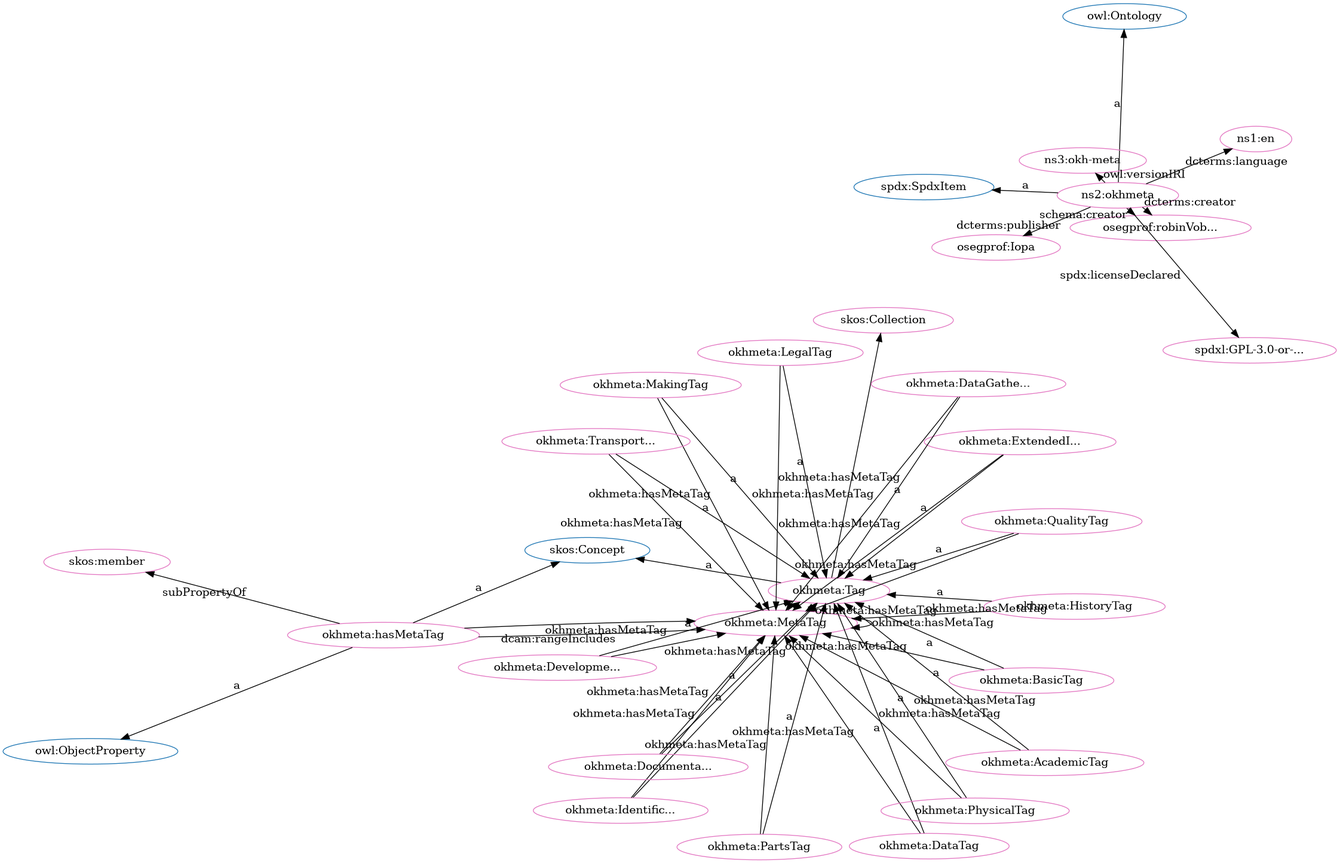
The Graphviz diagram src/spec/fdp_okh-meta.png in iop-alliance/OpenKnowHow, before a commit. Its source is kept beside it as src/spec/fdp_okh-meta.dot.
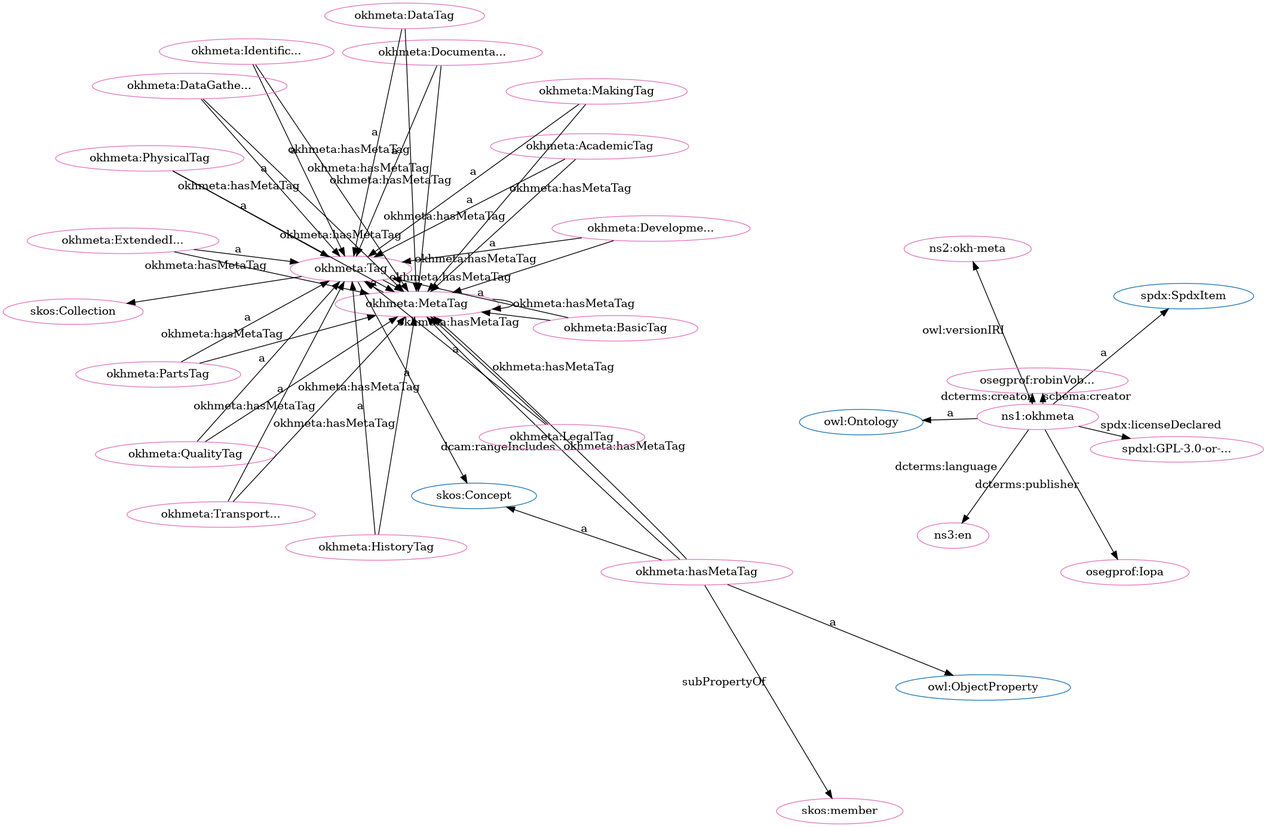
Later version of the same file.

Diff of the diagram source:
```diff
@@ -2,83 +2,83 @@
   rankdir=BT
   node[height=.3]
 "http://www.w3.org/2004/02/skos/core#Collection" [fillcolor="#1f77b4" color="#1f77b4" label="skos:Collection"]
+"http://www.w3.org/2002/07/owl#Ontology" [fillcolor="#1f77b4" color="#1f77b4" label="owl:Ontology"]
+"http://www.w3.org/2002/07/owl#ObjectProperty" [fillcolor="#1f77b4" color="#1f77b4" label="owl:ObjectProperty"]
 "http://w3id.org/oseg/ont/okhmeta#Tag" [fillcolor="#1f77b4" color="#1f77b4" label="okhmeta:Tag"]
-"http://www.w3.org/2002/07/owl#ObjectProperty" [fillcolor="#1f77b4" color="#1f77b4" label="owl:ObjectProperty"]
 "http://spdx.org/rdf/terms#SpdxItem" [fillcolor="#1f77b4" color="#1f77b4" label="spdx:SpdxItem"]
-"http://www.w3.org/2002/07/owl#Ontology" [fillcolor="#1f77b4" color="#1f77b4" label="owl:Ontology"]
 "http://www.w3.org/2004/02/skos/core#Concept" [fillcolor="#1f77b4" color="#1f77b4" label="skos:Concept"]
+"http://w3id.org/oseg/ont/okhmeta" [fillcolor="#e377c2" color="#e377c2" label="ns1:okhmeta"]
+"http://w3id.org/oseg/ont/okhmeta#QualityTag" [fillcolor="#e377c2" color="#e377c2" label="okhmeta:QualityTag"]
 "http://w3id.org/oseg/ont/okhmeta#MetaTag" [fillcolor="#e377c2" color="#e377c2" label="okhmeta:MetaTag"]
+"http://w3id.org/oseg/ont/okhmeta#hasMetaTag" [fillcolor="#e377c2" color="#e377c2" label="okhmeta:hasMetaTag"]
+"http://www.w3.org/2004/02/skos/core#member" [fillcolor="#e377c2" color="#e377c2" label="skos:member"]
+"http://w3id.org/oseg/ont/okhmeta#ExtendedInfoTag" [fillcolor="#e377c2" color="#e377c2" label="okhmeta:ExtendedI..."]
+"http://w3id.org/oseg/ont/okhmeta#TransportationTag" [fillcolor="#e377c2" color="#e377c2" label="okhmeta:Transport..."]
+"http://w3id.org/oseg/ont/okhmeta#PartsTag" [fillcolor="#e377c2" color="#e377c2" label="okhmeta:PartsTag"]
+"http://w3id.org/oseg/ont/1.1.0/okh-meta" [fillcolor="#e377c2" color="#e377c2" label="ns2:okh-meta"]
+"http://w3id.org/oseg/ont/okhmeta#HistoryTag" [fillcolor="#e377c2" color="#e377c2" label="okhmeta:HistoryTag"]
+"http://w3id.org/oseg/ont/oseg-profiles#Iopa" [fillcolor="#e377c2" color="#e377c2" label="osegprof:Iopa"]
+"http://w3id.org/oseg/ont/okhmeta#DevelopmentTag" [fillcolor="#e377c2" color="#e377c2" label="okhmeta:Developme..."]
 "http://w3id.org/oseg/ont/oseg-profiles#robinVobruba" [fillcolor="#e377c2" color="#e377c2" label="osegprof:robinVob..."]
+"http://w3id.org/oseg/ont/okhmeta#IdentificationTag" [fillcolor="#e377c2" color="#e377c2" label="okhmeta:Identific..."]
+"http://w3id.org/oseg/ont/okhmeta#Tag" [fillcolor="#e377c2" color="#e377c2" label="okhmeta:Tag"]
+"http://w3id.org/oseg/ont/okhmeta#DataGatheringTag" [fillcolor="#e377c2" color="#e377c2" label="okhmeta:DataGathe..."]
+"http://w3id.org/oseg/ont/okhmeta#DocumentationTag" [fillcolor="#e377c2" color="#e377c2" label="okhmeta:Documenta..."]
+"http://w3id.org/oseg/ont/okhmeta#BasicTag" [fillcolor="#e377c2" color="#e377c2" label="okhmeta:BasicTag"]
+"http://www.w3.org/2004/02/skos/core#Collection" [fillcolor="#e377c2" color="#e377c2" label="skos:Collection"]
 "http://w3id.org/oseg/ont/okhmeta#DataTag" [fillcolor="#e377c2" color="#e377c2" label="okhmeta:DataTag"]
-"http://www.w3.org/2004/02/skos/core#member" [fillcolor="#e377c2" color="#e377c2" label="skos:member"]
-"http://id.loc.gov/vocabulary/iso639-1/en" [fillcolor="#e377c2" color="#e377c2" label="ns1:en"]
+"http://w3id.org/oseg/ont/okhmeta#AcademicTag" [fillcolor="#e377c2" color="#e377c2" label="okhmeta:AcademicTag"]
+"http://w3id.org/oseg/ont/okhmeta#PhysicalTag" [fillcolor="#e377c2" color="#e377c2" label="okhmeta:PhysicalTag"]
 "http://w3id.org/oseg/ont/okhmeta#MakingTag" [fillcolor="#e377c2" color="#e377c2" label="okhmeta:MakingTag"]
-"http://w3id.org/oseg/ont/okhmeta#PartsTag" [fillcolor="#e377c2" color="#e377c2" label="okhmeta:PartsTag"]
-"http://w3id.org/oseg/ont/okhmeta#Tag" [fillcolor="#e377c2" color="#e377c2" label="okhmeta:Tag"]
-"http://w3id.org/oseg/ont/okhmeta#BasicTag" [fillcolor="#e377c2" color="#e377c2" label="okhmeta:BasicTag"]
-"http://w3id.org/oseg/ont/okhmeta" [fillcolor="#e377c2" color="#e377c2" label="ns2:okhmeta"]
-"http://w3id.org/oseg/ont/okhmeta#HistoryTag" [fillcolor="#e377c2" color="#e377c2" label="okhmeta:HistoryTag"]
-"http://w3id.org/oseg/ont/okhmeta#PhysicalTag" [fillcolor="#e377c2" color="#e377c2" label="okhmeta:PhysicalTag"]
-"http://w3id.org/oseg/ont/okhmeta#AcademicTag" [fillcolor="#e377c2" color="#e377c2" label="okhmeta:AcademicTag"]
-"http://w3id.org/oseg/ont/okhmeta#hasMetaTag" [fillcolor="#e377c2" color="#e377c2" label="okhmeta:hasMetaTag"]
-"http://w3id.org/oseg/ont/okhmeta#ExtendedInfoTag" [fillcolor="#e377c2" color="#e377c2" label="okhmeta:ExtendedI..."]
-"http://w3id.org/oseg/ont/okhmeta#QualityTag" [fillcolor="#e377c2" color="#e377c2" label="okhmeta:QualityTag"]
-"http://w3id.org/oseg/ont/1.1.0/okh-meta" [fillcolor="#e377c2" color="#e377c2" label="ns3:okh-meta"]
-"http://w3id.org/oseg/ont/okhmeta#TransportationTag" [fillcolor="#e377c2" color="#e377c2" label="okhmeta:Transport..."]
-"http://w3id.org/oseg/ont/oseg-profiles#Iopa" [fillcolor="#e377c2" color="#e377c2" label="osegprof:Iopa"]
 "http://w3id.org/oseg/ont/okhmeta#LegalTag" [fillcolor="#e377c2" color="#e377c2" label="okhmeta:LegalTag"]
-"http://w3id.org/oseg/ont/okhmeta#DevelopmentTag" [fillcolor="#e377c2" color="#e377c2" label="okhmeta:Developme..."]
-"http://w3id.org/oseg/ont/okhmeta#DataGatheringTag" [fillcolor="#e377c2" color="#e377c2" label="okhmeta:DataGathe..."]
-"http://w3id.org/oseg/ont/okhmeta#IdentificationTag" [fillcolor="#e377c2" color="#e377c2" label="okhmeta:Identific..."]
-"http://www.w3.org/2004/02/skos/core#Collection" [fillcolor="#e377c2" color="#e377c2" label="skos:Collection"]
-"http://w3id.org/oseg/ont/okhmeta#DocumentationTag" [fillcolor="#e377c2" color="#e377c2" label="okhmeta:Documenta..."]
+"http://id.loc.gov/vocabulary/iso639-1/en" [fillcolor="#e377c2" color="#e377c2" label="ns3:en"]
 "http://spdx.org/licenses/GPL-3.0-or-later" [fillcolor="#e377c2" color="#e377c2" label="spdxl:GPL-3.0-or-..."]
+  "http://w3id.org/oseg/ont/okhmeta" -> "http://spdx.org/rdf/terms#SpdxItem" [label="a"]
+  "http://w3id.org/oseg/ont/okhmeta#QualityTag" -> "http://w3id.org/oseg/ont/okhmeta#Tag" [label="a"]
+  "http://w3id.org/oseg/ont/okhmeta#hasMetaTag" -> "http://www.w3.org/2002/07/owl#ObjectProperty" [label="a"]
+  "http://w3id.org/oseg/ont/okhmeta#QualityTag" -> "http://w3id.org/oseg/ont/okhmeta#MetaTag" [label="okhmeta:hasMetaTag"]
+  "http://w3id.org/oseg/ont/okhmeta" -> "http://spdx.org/licenses/GPL-3.0-or-later" [label="spdx:licenseDeclared"]
+  "http://w3id.org/oseg/ont/okhmeta#hasMetaTag" -> "http://www.w3.org/2004/02/skos/core#member" [label="subPropertyOf"]
+  "http://w3id.org/oseg/ont/okhmeta#hasMetaTag" -> "http://w3id.org/oseg/ont/okhmeta#MetaTag" [label="dcam:rangeIncludes"]
+  "http://w3id.org/oseg/ont/okhmeta#ExtendedInfoTag" -> "http://w3id.org/oseg/ont/okhmeta#Tag" [label="a"]
+  "http://w3id.org/oseg/ont/okhmeta#TransportationTag" -> "http://w3id.org/oseg/ont/okhmeta#Tag" [label="a"]
+  "http://w3id.org/oseg/ont/okhmeta#ExtendedInfoTag" -> "http://w3id.org/oseg/ont/okhmeta#MetaTag" [label="okhmeta:hasMetaTag"]
+  "http://w3id.org/oseg/ont/okhmeta#TransportationTag" -> "http://w3id.org/oseg/ont/okhmeta#MetaTag" [label="okhmeta:hasMetaTag"]
+  "http://w3id.org/oseg/ont/okhmeta#HistoryTag" -> "http://w3id.org/oseg/ont/okhmeta#Tag" [label="a"]
+  "http://w3id.org/oseg/ont/okhmeta" -> "http://w3id.org/oseg/ont/oseg-profiles#Iopa" [label="dcterms:publisher"]
   "http://w3id.org/oseg/ont/okhmeta" -> "http://w3id.org/oseg/ont/oseg-profiles#robinVobruba" [label="dcterms:creator"]
-  "http://w3id.org/oseg/ont/okhmeta#DataTag" -> "http://w3id.org/oseg/ont/okhmeta#Tag" [label="a"]
-  "http://w3id.org/oseg/ont/okhmeta#DataGatheringTag" -> "http://w3id.org/oseg/ont/okhmeta#MetaTag" [label="okhmeta:hasMetaTag"]
+  "http://w3id.org/oseg/ont/okhmeta#IdentificationTag" -> "http://w3id.org/oseg/ont/okhmeta#Tag" [label="a"]
+  "http://w3id.org/oseg/ont/okhmeta#hasMetaTag" -> "http://w3id.org/oseg/ont/okhmeta#MetaTag" [label="okhmeta:hasMetaTag"]
+  "http://w3id.org/oseg/ont/okhmeta#IdentificationTag" -> "http://w3id.org/oseg/ont/okhmeta#MetaTag" [label="okhmeta:hasMetaTag"]
+  "http://w3id.org/oseg/ont/okhmeta#DocumentationTag" -> "http://w3id.org/oseg/ont/okhmeta#Tag" [label="a"]
+  "http://w3id.org/oseg/ont/okhmeta#AcademicTag" -> "http://w3id.org/oseg/ont/okhmeta#Tag" [label="a"]
+  "http://w3id.org/oseg/ont/okhmeta#PhysicalTag" -> "http://w3id.org/oseg/ont/okhmeta#MetaTag" [label="okhmeta:hasMetaTag"]
+  "http://w3id.org/oseg/ont/okhmeta#AcademicTag" -> "http://w3id.org/oseg/ont/okhmeta#MetaTag" [label="okhmeta:hasMetaTag"]
+  "http://w3id.org/oseg/ont/okhmeta#PhysicalTag" -> "http://w3id.org/oseg/ont/okhmeta#Tag" [label="a"]
+  "http://w3id.org/oseg/ont/okhmeta#MakingTag" -> "http://w3id.org/oseg/ont/okhmeta#Tag" [label="a"]
+  "http://w3id.org/oseg/ont/okhmeta#MakingTag" -> "http://w3id.org/oseg/ont/okhmeta#MetaTag" [label="okhmeta:hasMetaTag"]
+  "http://w3id.org/oseg/ont/okhmeta#MetaTag" -> "http://w3id.org/oseg/ont/okhmeta#Tag" [label="a"]
+  "http://w3id.org/oseg/ont/okhmeta#MetaTag" -> "http://w3id.org/oseg/ont/okhmeta#MetaTag" [label="okhmeta:hasMetaTag"]
   "http://w3id.org/oseg/ont/okhmeta" -> "http://id.loc.gov/vocabulary/iso639-1/en" [label="dcterms:language"]
   "http://w3id.org/oseg/ont/okhmeta#DocumentationTag" -> "http://w3id.org/oseg/ont/okhmeta#MetaTag" [label="okhmeta:hasMetaTag"]
+  "http://w3id.org/oseg/ont/okhmeta" -> "http://w3id.org/oseg/ont/oseg-profiles#robinVobruba" [label="schema:creator"]
+  "http://w3id.org/oseg/ont/okhmeta#DataTag" -> "http://w3id.org/oseg/ont/okhmeta#MetaTag" [label="okhmeta:hasMetaTag"]
+  "http://w3id.org/oseg/ont/okhmeta#Tag" -> "http://w3id.org/oseg/ont/okhmeta#MetaTag" [label="okhmeta:hasMetaTag"]
+  "http://w3id.org/oseg/ont/okhmeta#PartsTag" -> "http://w3id.org/oseg/ont/okhmeta#Tag" [label="a"]
+  "http://w3id.org/oseg/ont/okhmeta#PartsTag" -> "http://w3id.org/oseg/ont/okhmeta#MetaTag" [label="okhmeta:hasMetaTag"]
+  "http://w3id.org/oseg/ont/okhmeta" -> "http://w3id.org/oseg/ont/1.1.0/okh-meta" [label="owl:versionIRI"]
+  "http://w3id.org/oseg/ont/okhmeta#hasMetaTag" -> "http://www.w3.org/2004/02/skos/core#Concept" [label="a"]
+  "http://w3id.org/oseg/ont/okhmeta#DevelopmentTag" -> "http://w3id.org/oseg/ont/okhmeta#Tag" [label="a"]
+  "http://w3id.org/oseg/ont/okhmeta#DevelopmentTag" -> "http://w3id.org/oseg/ont/okhmeta#MetaTag" [label="okhmeta:hasMetaTag"]
+  "http://w3id.org/oseg/ont/okhmeta#Tag" -> "http://www.w3.org/2004/02/skos/core#Concept" [label="a"]
+  "http://w3id.org/oseg/ont/okhmeta#DataGatheringTag" -> "http://w3id.org/oseg/ont/okhmeta#Tag" [label="a"]
+  "http://w3id.org/oseg/ont/okhmeta#DataGatheringTag" -> "http://w3id.org/oseg/ont/okhmeta#MetaTag" [label="okhmeta:hasMetaTag"]
+  "http://w3id.org/oseg/ont/okhmeta" -> "http://www.w3.org/2002/07/owl#Ontology" [label="a"]
   "http://w3id.org/oseg/ont/okhmeta#BasicTag" -> "http://w3id.org/oseg/ont/okhmeta#Tag" [label="a"]
-  "http://w3id.org/oseg/ont/okhmeta#QualityTag" -> "http://w3id.org/oseg/ont/okhmeta#MetaTag" [label="okhmeta:hasMetaTag"]
-  "http://w3id.org/oseg/ont/okhmeta" -> "http://www.w3.org/2002/07/owl#Ontology" [label="a"]
-  "http://w3id.org/oseg/ont/okhmeta#HistoryTag" -> "http://w3id.org/oseg/ont/okhmeta#Tag" [label="a"]
-  "http://w3id.org/oseg/ont/okhmeta#MakingTag" -> "http://w3id.org/oseg/ont/okhmeta#MetaTag" [label="okhmeta:hasMetaTag"]
-  "http://w3id.org/oseg/ont/okhmeta#MetaTag" -> "http://w3id.org/oseg/ont/okhmeta#Tag" [label="a"]
-  "http://w3id.org/oseg/ont/okhmeta#AcademicTag" -> "http://w3id.org/oseg/ont/okhmeta#Tag" [label="a"]
-  "http://w3id.org/oseg/ont/okhmeta#PartsTag" -> "http://w3id.org/oseg/ont/okhmeta#MetaTag" [label="okhmeta:hasMetaTag"]
-  "http://w3id.org/oseg/ont/okhmeta#QualityTag" -> "http://w3id.org/oseg/ont/okhmeta#Tag" [label="a"]
-  "http://w3id.org/oseg/ont/okhmeta" -> "http://w3id.org/oseg/ont/1.1.0/okh-meta" [label="owl:versionIRI"]
-  "http://w3id.org/oseg/ont/okhmeta" -> "http://w3id.org/oseg/ont/oseg-profiles#robinVobruba" [label="schema:creator"]
-  "http://w3id.org/oseg/ont/okhmeta#PhysicalTag" -> "http://w3id.org/oseg/ont/okhmeta#MetaTag" [label="okhmeta:hasMetaTag"]
-  "http://w3id.org/oseg/ont/okhmeta" -> "http://w3id.org/oseg/ont/oseg-profiles#Iopa" [label="dcterms:publisher"]
+  "http://w3id.org/oseg/ont/okhmeta#Tag" -> "http://www.w3.org/2004/02/skos/core#Collection" [label=""]
+  "http://w3id.org/oseg/ont/okhmeta#DataTag" -> "http://w3id.org/oseg/ont/okhmeta#Tag" [label="a"]
+  "http://w3id.org/oseg/ont/okhmeta#BasicTag" -> "http://w3id.org/oseg/ont/okhmeta#MetaTag" [label="okhmeta:hasMetaTag"]
+  "http://w3id.org/oseg/ont/okhmeta#HistoryTag" -> "http://w3id.org/oseg/ont/okhmeta#MetaTag" [label="okhmeta:hasMetaTag"]
   "http://w3id.org/oseg/ont/okhmeta#LegalTag" -> "http://w3id.org/oseg/ont/okhmeta#Tag" [label="a"]
-  "http://w3id.org/oseg/ont/okhmeta#DataGatheringTag" -> "http://w3id.org/oseg/ont/okhmeta#Tag" [label="a"]
-  "http://w3id.org/oseg/ont/okhmeta#ExtendedInfoTag" -> "http://w3id.org/oseg/ont/okhmeta#MetaTag" [label="okhmeta:hasMetaTag"]
-  "http://w3id.org/oseg/ont/okhmeta#Tag" -> "http://www.w3.org/2004/02/skos/core#Collection" [label=""]
-  "http://w3id.org/oseg/ont/okhmeta#DocumentationTag" -> "http://w3id.org/oseg/ont/okhmeta#Tag" [label="a"]
-  "http://w3id.org/oseg/ont/okhmeta#hasMetaTag" -> "http://w3id.org/oseg/ont/okhmeta#MetaTag" [label="okhmeta:hasMetaTag"]
-  "http://w3id.org/oseg/ont/okhmeta#Tag" -> "http://w3id.org/oseg/ont/okhmeta#MetaTag" [label="okhmeta:hasMetaTag"]
-  "http://w3id.org/oseg/ont/okhmeta#BasicTag" -> "http://w3id.org/oseg/ont/okhmeta#MetaTag" [label="okhmeta:hasMetaTag"]
-  "http://w3id.org/oseg/ont/okhmeta#DevelopmentTag" -> "http://w3id.org/oseg/ont/okhmeta#MetaTag" [label="okhmeta:hasMetaTag"]
-  "http://w3id.org/oseg/ont/okhmeta#hasMetaTag" -> "http://www.w3.org/2004/02/skos/core#member" [label="subPropertyOf"]
-  "http://w3id.org/oseg/ont/okhmeta#IdentificationTag" -> "http://w3id.org/oseg/ont/okhmeta#MetaTag" [label="okhmeta:hasMetaTag"]
-  "http://w3id.org/oseg/ont/okhmeta#MakingTag" -> "http://w3id.org/oseg/ont/okhmeta#Tag" [label="a"]
-  "http://w3id.org/oseg/ont/okhmeta#PartsTag" -> "http://w3id.org/oseg/ont/okhmeta#Tag" [label="a"]
-  "http://w3id.org/oseg/ont/okhmeta#Tag" -> "http://www.w3.org/2004/02/skos/core#Concept" [label="a"]
-  "http://w3id.org/oseg/ont/okhmeta#PhysicalTag" -> "http://w3id.org/oseg/ont/okhmeta#Tag" [label="a"]
-  "http://w3id.org/oseg/ont/okhmeta#TransportationTag" -> "http://w3id.org/oseg/ont/okhmeta#MetaTag" [label="okhmeta:hasMetaTag"]
   "http://w3id.org/oseg/ont/okhmeta#LegalTag" -> "http://w3id.org/oseg/ont/okhmeta#MetaTag" [label="okhmeta:hasMetaTag"]
-  "http://w3id.org/oseg/ont/okhmeta#hasMetaTag" -> "http://www.w3.org/2002/07/owl#ObjectProperty" [label="a"]
-  "http://w3id.org/oseg/ont/okhmeta#ExtendedInfoTag" -> "http://w3id.org/oseg/ont/okhmeta#Tag" [label="a"]
-  "http://w3id.org/oseg/ont/okhmeta#HistoryTag" -> "http://w3id.org/oseg/ont/okhmeta#MetaTag" [label="okhmeta:hasMetaTag"]
-  "http://w3id.org/oseg/ont/okhmeta#hasMetaTag" -> "http://w3id.org/oseg/ont/okhmeta#MetaTag" [label="dcam:rangeIncludes"]
-  "http://w3id.org/oseg/ont/okhmeta#AcademicTag" -> "http://w3id.org/oseg/ont/okhmeta#MetaTag" [label="okhmeta:hasMetaTag"]
-  "http://w3id.org/oseg/ont/okhmeta#TransportationTag" -> "http://w3id.org/oseg/ont/okhmeta#Tag" [label="a"]
-  "http://w3id.org/oseg/ont/okhmeta" -> "http://spdx.org/rdf/terms#SpdxItem" [label="a"]
-  "http://w3id.org/oseg/ont/okhmeta#DevelopmentTag" -> "http://w3id.org/oseg/ont/okhmeta#Tag" [label="a"]
-  "http://w3id.org/oseg/ont/okhmeta#MetaTag" -> "http://w3id.org/oseg/ont/okhmeta#MetaTag" [label="okhmeta:hasMetaTag"]
-  "http://w3id.org/oseg/ont/okhmeta#hasMetaTag" -> "http://www.w3.org/2004/02/skos/core#Concept" [label="a"]
-  "http://w3id.org/oseg/ont/okhmeta#DataTag" -> "http://w3id.org/oseg/ont/okhmeta#MetaTag" [label="okhmeta:hasMetaTag"]
-  "http://w3id.org/oseg/ont/okhmeta#IdentificationTag" -> "http://w3id.org/oseg/ont/okhmeta#Tag" [label="a"]
-  "http://w3id.org/oseg/ont/okhmeta" -> "http://spdx.org/licenses/GPL-3.0-or-later" [label="spdx:licenseDeclared"]
 }
```
